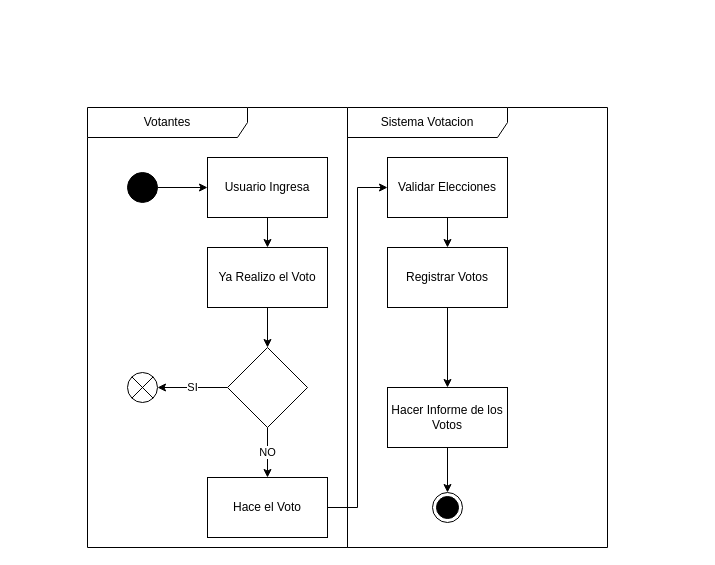
bravemilio15/DiagramasTercerCiclo keeps this draw.io diagram as DiagActividad.drawio. Above is the earlier version. Source tidied: cells renumbered, new cells numbered last; positions are measured from the earlier drawing's top-left corner, leaving out a move shared by most shapes. Both pictures are drawn from the tidied source at 100%, with x=0, y=0 at pixel (87, 107).
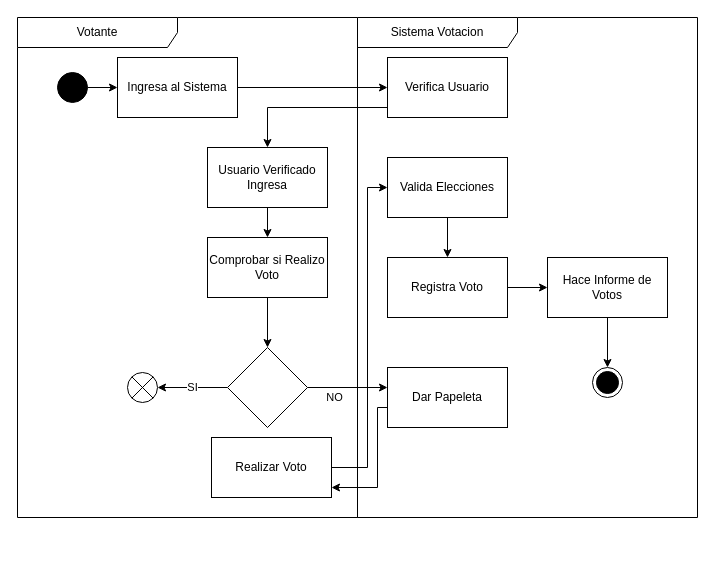
Above is the later version.

The change refers to these unchanged cells:
```xml
<mxCell id="8" style="rhombus;whiteSpace=wrap;html=1;" parent="1" vertex="1">
  <mxGeometry x="140" y="240" width="80" height="80" as="geometry" />
</mxCell>
```

Diff of the diagram source:
```diff
@@
-    <mxCell id="3" value="Usuario Ingresa" style="rounded=0;whiteSpace=wrap;html=1;" parent="1" vertex="1">
-      <mxGeometry x="120" y="50" width="120" height="60" as="geometry" />
+    <mxCell id="3" value="Usuario Verificado Ingresa" style="rounded=0;whiteSpace=wrap;html=1;" parent="1" vertex="1">
+      <mxGeometry x="120" y="40" width="120" height="60" as="geometry" />
     </mxCell>
@@
-    <mxCell id="5" value="Ya Realizo el Voto" style="whiteSpace=wrap;html=1;rounded=0;" parent="1" vertex="1">
-      <mxGeometry x="120" y="140" width="120" height="60" as="geometry" />
+    <mxCell id="5" value="Comprobar si Realizo Voto" style="whiteSpace=wrap;html=1;rounded=0;" parent="1" vertex="1">
+      <mxGeometry x="120" y="130" width="120" height="60" as="geometry" />
     </mxCell>
@@
     <mxCell id="7" value="NO" style="edgeStyle=orthogonalEdgeStyle;rounded=0;jettySize=auto;html=1;" parent="1" edge="1" source="8" target="11">
-      <mxGeometry relative="1" as="geometry" />
+      <mxGeometry x="-0.33" y="-10" relative="1" as="geometry">
+        <Array as="points">
+          <mxPoint x="310" y="270" />
+          <mxPoint x="310" y="270" />
+        </Array>
+      </mxGeometry>
     </mxCell>
@@
-    <mxCell id="10" style="edgeStyle=orthogonalEdgeStyle;rounded=0;jettySize=auto;html=1;entryX=0;entryY=0.5;entryDx=0;entryDy=0;" parent="1" edge="1" source="11" target="13">
-      <mxGeometry relative="1" as="geometry" />
-    </mxCell>
+    <mxCell id="23" style="edgeStyle=orthogonalEdgeStyle;rounded=0;jettySize=auto;html=1;" parent="1" edge="1" source="11" target="31">
+      <mxGeometry relative="1" as="geometry">
+        <Array as="points">
+          <mxPoint x="290" y="300" />
+          <mxPoint x="290" y="380" />
+        </Array>
+      </mxGeometry>
+    </mxCell>
-    <mxCell id="11" value="Hace el Voto" style="whiteSpace=wrap;html=1;" parent="1" vertex="1">
-      <mxGeometry x="120" y="370" width="120" height="60" as="geometry" />
+    <mxCell id="11" value="Dar Papeleta" style="whiteSpace=wrap;html=1;" parent="1" vertex="1">
+      <mxGeometry x="300" y="260" width="120" height="60" as="geometry" />
     </mxCell>
@@
-    <mxCell id="13" value="Validar Elecciones" style="rounded=0;whiteSpace=wrap;html=1;" parent="1" vertex="1">
+    <mxCell id="13" value="Valida Elecciones" style="rounded=0;whiteSpace=wrap;html=1;" parent="1" vertex="1">
       <mxGeometry x="300" y="50" width="120" height="60" as="geometry" />
     </mxCell>
@@
-    <mxCell id="15" value="Registrar Votos" style="whiteSpace=wrap;html=1;rounded=0;" parent="1" vertex="1">
-      <mxGeometry x="300" y="140" width="120" height="60" as="geometry" />
+    <mxCell id="15" value="Registra Voto" style="whiteSpace=wrap;html=1;rounded=0;" parent="1" vertex="1">
+      <mxGeometry x="300" y="150" width="120" height="60" as="geometry" />
     </mxCell>
@@
-    <mxCell id="17" value="Hacer Informe de los Votos" style="whiteSpace=wrap;html=1;rounded=0;" parent="1" vertex="1">
-      <mxGeometry x="300" y="280" width="120" height="60" as="geometry" />
+    <mxCell id="17" value="Hace Informe de Votos" style="whiteSpace=wrap;html=1;rounded=0;" parent="1" vertex="1">
+      <mxGeometry x="460" y="150" width="120" height="60" as="geometry" />
     </mxCell>
     <mxCell id="18" style="ellipse;html=1;shape=endState;fillColor=strokeColor;" parent="1" vertex="1">
-      <mxGeometry x="345" y="385" width="30" height="30" as="geometry" />
+      <mxGeometry x="505" y="260" width="30" height="30" as="geometry" />
     </mxCell>
-    <mxCell id="19" style="edgeStyle=orthogonalEdgeStyle;rounded=0;jettySize=auto;html=1;" parent="1" edge="1" source="21" target="3">
-      <mxGeometry relative="1" as="geometry" />
-    </mxCell>
-    <mxCell id="20" value="Votantes" style="shape=umlFrame;whiteSpace=wrap;html=1;width=160;" parent="1" vertex="1">
-      <mxGeometry width="260" height="440" as="geometry" />
-    </mxCell>
-    <mxCell id="21" style="ellipse;fillColor=strokeColor;html=1;" parent="20" vertex="1">
-      <mxGeometry x="40" y="65" width="30" height="30" as="geometry" />
-    </mxCell>
+    <mxCell id="24" style="edgeStyle=orthogonalEdgeStyle;rounded=0;jettySize=auto;html=1;entryX=0.5;entryY=0;entryDx=0;entryDy=0;" parent="1" edge="1" source="25" target="3">
+      <mxGeometry relative="1" as="geometry">
+        <Array as="points">
+          <mxPoint x="180" />
+        </Array>
+      </mxGeometry>
+    </mxCell>
+    <mxCell id="25" value="Verifica Usuario" style="rounded=0;whiteSpace=wrap;html=1;" parent="1" vertex="1">
+      <mxGeometry x="300" y="-50" width="120" height="60" as="geometry" />
+    </mxCell>
+    <mxCell id="26" style="edgeStyle=orthogonalEdgeStyle;rounded=0;jettySize=auto;html=1;" parent="1" edge="1" source="27" target="25">
+      <mxGeometry relative="1" as="geometry" />
+    </mxCell>
+    <mxCell id="27" value="Ingresa al Sistema" style="rounded=0;whiteSpace=wrap;html=1;" parent="1" vertex="1">
+      <mxGeometry x="30" y="-50" width="120" height="60" as="geometry" />
+    </mxCell>
+    <mxCell id="28" style="edgeStyle=orthogonalEdgeStyle;rounded=0;jettySize=auto;html=1;" parent="1" edge="1" source="29" target="27">
+      <mxGeometry relative="1" as="geometry" />
+    </mxCell>
+    <mxCell id="29" style="ellipse;fillColor=strokeColor;html=1;" parent="1" vertex="1">
+      <mxGeometry x="-30" y="-35" width="30" height="30" as="geometry" />
+    </mxCell>
+    <mxCell id="30" style="edgeStyle=orthogonalEdgeStyle;rounded=0;jettySize=auto;html=1;entryX=0;entryY=0.5;entryDx=0;entryDy=0;" parent="1" edge="1" source="31" target="13">
+      <mxGeometry relative="1" as="geometry">
+        <Array as="points">
+          <mxPoint x="280" y="360" />
+          <mxPoint x="280" y="80" />
+        </Array>
+      </mxGeometry>
+    </mxCell>
+    <mxCell id="31" value="Realizar Voto" style="whiteSpace=wrap;html=1;" parent="1" vertex="1">
+      <mxGeometry x="124" y="330" width="120" height="60" as="geometry" />
+    </mxCell>
+    <mxCell id="32" value="Votante" style="shape=umlFrame;whiteSpace=wrap;html=1;width=160;" parent="1" vertex="1">
+      <mxGeometry x="-70" y="-90" width="340" height="500" as="geometry" />
+    </mxCell>
     <mxCell id="22" value="Sistema Votacion" style="shape=umlFrame;whiteSpace=wrap;html=1;width=160;" parent="1" vertex="1">
-      <mxGeometry x="260" width="260" height="440" as="geometry" />
+      <mxGeometry x="270" y="-90" width="340" height="500" as="geometry" />
     </mxCell>
```
